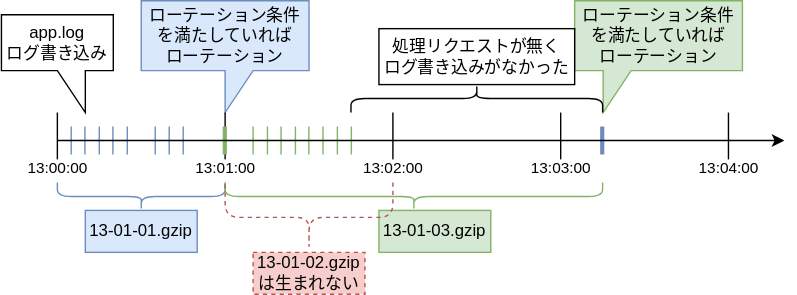
Before: logger/doc/specific_img/specific-rotation2.drawio.svg, a diagram exported from draw.io (Riliumph/cpp_util). Source tidied: cells renumbered, new cells last; positions are measured from the earlier drawing's top-left corner, leaving out a move shared by most shapes. Source of this version:
```xml
<mxGraphModel>
  <root>
    <mxCell id="0" />
    <mxCell id="1" parent="0" />
    <mxCell id="2" value="&lt;div&gt;ローテーション条件を満たしていれば&lt;/div&gt;&lt;div&gt;&lt;span style=&quot;background-color: transparent; color: light-dark(rgb(0, 0, 0), rgb(255, 255, 255));&quot;&gt;ローテーション&lt;/span&gt;&lt;/div&gt;" style="shape=callout;whiteSpace=wrap;html=1;perimeter=calloutPerimeter;direction=east;fillColor=#dae8fc;strokeColor=#6c8ebf;" parent="1" vertex="1">
      <mxGeometry x="100" width="120" height="80" as="geometry" />
    </mxCell>
    <mxCell id="3" value="13:00:00" style="endArrow=none;html=1;rounded=0;verticalAlign=middle;" parent="1" edge="1">
      <mxGeometry x="-1" relative="1" as="geometry">
        <mxPoint x="40" y="120" as="sourcePoint" />
        <mxPoint x="40" y="80" as="targetPoint" />
      </mxGeometry>
    </mxCell>
    <mxCell id="4" value="13:01:00" style="endArrow=none;html=1;rounded=0;verticalAlign=middle;" parent="1" edge="1">
      <mxGeometry x="-1" relative="1" as="geometry">
        <mxPoint x="160" y="120" as="sourcePoint" />
        <mxPoint x="160" y="80" as="targetPoint" />
      </mxGeometry>
    </mxCell>
    <mxCell id="5" value="13:02:00" style="endArrow=none;html=1;rounded=0;verticalAlign=middle;" parent="1" edge="1">
      <mxGeometry x="-1" relative="1" as="geometry">
        <mxPoint x="280" y="120" as="sourcePoint" />
        <mxPoint x="280" y="80" as="targetPoint" />
      </mxGeometry>
    </mxCell>
    <mxCell id="6" value="13:03:00" style="endArrow=none;html=1;rounded=0;verticalAlign=middle;" parent="1" edge="1">
      <mxGeometry x="-1" relative="1" as="geometry">
        <mxPoint x="400" y="120" as="sourcePoint" />
        <mxPoint x="400" y="80" as="targetPoint" />
      </mxGeometry>
    </mxCell>
    <mxCell id="7" style="endArrow=none;html=1;rounded=0;verticalAlign=middle;fillColor=#dae8fc;strokeColor=#6c8ebf;" parent="1" edge="1">
      <mxGeometry x="-1" relative="1" as="geometry">
        <mxPoint x="59.7" y="110" as="sourcePoint" />
        <mxPoint x="59.7" y="90" as="targetPoint" />
      </mxGeometry>
    </mxCell>
    <mxCell id="8" style="endArrow=none;html=1;rounded=0;verticalAlign=middle;fillColor=#dae8fc;strokeColor=#6c8ebf;" parent="1" edge="1">
      <mxGeometry x="-1" relative="1" as="geometry">
        <mxPoint x="70" y="110" as="sourcePoint" />
        <mxPoint x="70" y="90" as="targetPoint" />
      </mxGeometry>
    </mxCell>
    <mxCell id="9" style="endArrow=none;html=1;rounded=0;verticalAlign=middle;fillColor=#dae8fc;strokeColor=#6c8ebf;" parent="1" edge="1">
      <mxGeometry x="-1" relative="1" as="geometry">
        <mxPoint x="79.7" y="110" as="sourcePoint" />
        <mxPoint x="79.7" y="90" as="targetPoint" />
      </mxGeometry>
    </mxCell>
    <mxCell id="10" style="endArrow=none;html=1;rounded=0;verticalAlign=middle;fillColor=#dae8fc;strokeColor=#6c8ebf;" parent="1" edge="1">
      <mxGeometry x="-1" relative="1" as="geometry">
        <mxPoint x="90" y="110" as="sourcePoint" />
        <mxPoint x="90" y="90" as="targetPoint" />
      </mxGeometry>
    </mxCell>
    <mxCell id="11" style="endArrow=none;html=1;rounded=0;verticalAlign=middle;fillColor=#dae8fc;strokeColor=#6c8ebf;" parent="1" edge="1">
      <mxGeometry x="-1" relative="1" as="geometry">
        <mxPoint x="110" y="110" as="sourcePoint" />
        <mxPoint x="110" y="90" as="targetPoint" />
      </mxGeometry>
    </mxCell>
    <mxCell id="12" style="endArrow=none;html=1;rounded=0;verticalAlign=middle;fillColor=#dae8fc;strokeColor=#6c8ebf;" parent="1" edge="1">
      <mxGeometry x="-1" relative="1" as="geometry">
        <mxPoint x="120" y="110" as="sourcePoint" />
        <mxPoint x="120" y="90" as="targetPoint" />
      </mxGeometry>
    </mxCell>
    <mxCell id="13" style="endArrow=none;html=1;rounded=0;verticalAlign=middle;fillColor=#dae8fc;strokeColor=#6c8ebf;" parent="1" edge="1">
      <mxGeometry x="-1" relative="1" as="geometry">
        <mxPoint x="130" y="110" as="sourcePoint" />
        <mxPoint x="130" y="90" as="targetPoint" />
      </mxGeometry>
    </mxCell>
    <mxCell id="14" style="shape=curlyBracket;whiteSpace=wrap;html=1;rounded=1;flipH=1;labelPosition=right;verticalLabelPosition=middle;align=center;verticalAlign=middle;direction=north;size=0.5;fillColor=#dae8fc;strokeColor=#6c8ebf;" parent="1" vertex="1">
      <mxGeometry x="40" y="130" width="120" height="20" as="geometry" />
    </mxCell>
    <mxCell id="15" value="13-01-01.gzip" style="rounded=0;whiteSpace=wrap;html=1;fillColor=#dae8fc;strokeColor=#6c8ebf;" parent="1" vertex="1">
      <mxGeometry x="60" y="150" width="80" height="30" as="geometry" />
    </mxCell>
    <mxCell id="16" style="shape=curlyBracket;whiteSpace=wrap;html=1;rounded=1;flipH=1;labelPosition=right;verticalLabelPosition=middle;align=center;verticalAlign=middle;direction=north;size=0.5;fillColor=#d5e8d4;strokeColor=#82b366;" parent="1" vertex="1">
      <mxGeometry x="160" y="130" width="270" height="20" as="geometry" />
    </mxCell>
    <mxCell id="17" value="13-01-03.gzip" style="rounded=0;whiteSpace=wrap;html=1;fillColor=#d5e8d4;strokeColor=#82b366;" parent="1" vertex="1">
      <mxGeometry x="270" y="150" width="80" height="30" as="geometry" />
    </mxCell>
    <mxCell id="18" style="endArrow=none;html=1;rounded=0;verticalAlign=middle;fillColor=#d5e8d4;strokeColor=#82b366;" parent="1" edge="1">
      <mxGeometry x="-1" relative="1" as="geometry">
        <mxPoint x="180" y="110" as="sourcePoint" />
        <mxPoint x="180" y="90" as="targetPoint" />
      </mxGeometry>
    </mxCell>
    <mxCell id="19" style="endArrow=none;html=1;rounded=0;verticalAlign=middle;fillColor=#d5e8d4;strokeColor=#82b366;" parent="1" edge="1">
      <mxGeometry x="-1" relative="1" as="geometry">
        <mxPoint x="190.3" y="110" as="sourcePoint" />
        <mxPoint x="190.3" y="90" as="targetPoint" />
      </mxGeometry>
    </mxCell>
    <mxCell id="20" style="endArrow=none;html=1;rounded=0;verticalAlign=middle;fillColor=#d5e8d4;strokeColor=#82b366;" parent="1" edge="1">
      <mxGeometry x="-1" relative="1" as="geometry">
        <mxPoint x="200" y="110" as="sourcePoint" />
        <mxPoint x="200" y="90" as="targetPoint" />
      </mxGeometry>
    </mxCell>
    <mxCell id="21" style="endArrow=none;html=1;rounded=0;verticalAlign=middle;fillColor=#d5e8d4;strokeColor=#82b366;" parent="1" edge="1">
      <mxGeometry x="-1" relative="1" as="geometry">
        <mxPoint x="210.3" y="110" as="sourcePoint" />
        <mxPoint x="210.3" y="90" as="targetPoint" />
      </mxGeometry>
    </mxCell>
    <mxCell id="22" style="endArrow=none;html=1;rounded=0;verticalAlign=middle;fillColor=#d5e8d4;strokeColor=#82b366;" parent="1" edge="1">
      <mxGeometry x="-1" relative="1" as="geometry">
        <mxPoint x="219.9" y="110" as="sourcePoint" />
        <mxPoint x="219.9" y="90" as="targetPoint" />
      </mxGeometry>
    </mxCell>
    <mxCell id="23" style="endArrow=none;html=1;rounded=0;verticalAlign=middle;fillColor=#d5e8d4;strokeColor=#82b366;" parent="1" edge="1">
      <mxGeometry x="-1" relative="1" as="geometry">
        <mxPoint x="240.3" y="110" as="sourcePoint" />
        <mxPoint x="240.3" y="90" as="targetPoint" />
      </mxGeometry>
    </mxCell>
    <mxCell id="24" style="endArrow=none;html=1;rounded=0;verticalAlign=middle;fillColor=#d5e8d4;strokeColor=#82b366;" parent="1" edge="1">
      <mxGeometry x="-1" relative="1" as="geometry">
        <mxPoint x="250.3" y="110" as="sourcePoint" />
        <mxPoint x="250.3" y="90" as="targetPoint" />
      </mxGeometry>
    </mxCell>
    <mxCell id="25" style="endArrow=none;html=1;rounded=0;verticalAlign=middle;fillColor=#d5e8d4;strokeColor=#82b366;" parent="1" edge="1">
      <mxGeometry x="-1" relative="1" as="geometry">
        <mxPoint x="230" y="110" as="sourcePoint" />
        <mxPoint x="230" y="90" as="targetPoint" />
      </mxGeometry>
    </mxCell>
    <mxCell id="26" style="endArrow=none;html=1;rounded=0;verticalAlign=middle;fillColor=#d5e8d4;strokeColor=#82b366;strokeWidth=3;" parent="1" edge="1">
      <mxGeometry x="-1" relative="1" as="geometry">
        <mxPoint x="159.8" y="110" as="sourcePoint" />
        <mxPoint x="159.8" y="90" as="targetPoint" />
      </mxGeometry>
    </mxCell>
    <mxCell id="27" style="endArrow=none;html=1;rounded=0;verticalAlign=middle;fillColor=#dae8fc;strokeColor=#6c8ebf;" parent="1" edge="1">
      <mxGeometry x="-1" relative="1" as="geometry">
        <mxPoint x="49.9" y="110" as="sourcePoint" />
        <mxPoint x="49.9" y="90" as="targetPoint" />
      </mxGeometry>
    </mxCell>
    <mxCell id="28" style="endArrow=none;html=1;rounded=0;verticalAlign=middle;fillColor=#dae8fc;strokeColor=#6c8ebf;strokeWidth=3;" parent="1" edge="1">
      <mxGeometry x="-1" relative="1" as="geometry">
        <mxPoint x="429.7" y="110" as="sourcePoint" />
        <mxPoint x="429.7" y="90" as="targetPoint" />
      </mxGeometry>
    </mxCell>
    <mxCell id="29" value="&lt;div&gt;ローテーション条件を満たしていれば&lt;/div&gt;&lt;div&gt;&lt;span style=&quot;background-color: transparent; color: light-dark(rgb(0, 0, 0), rgb(255, 255, 255));&quot;&gt;ローテーション&lt;/span&gt;&lt;/div&gt;" style="shape=callout;whiteSpace=wrap;html=1;perimeter=calloutPerimeter;direction=east;fillColor=#d5e8d4;strokeColor=#82b366;size=30;position=0.17;position2=0.17;" parent="1" vertex="1">
      <mxGeometry x="410" width="120" height="80" as="geometry" />
    </mxCell>
    <mxCell id="30" style="shape=curlyBracket;whiteSpace=wrap;html=1;rounded=1;flipH=1;labelPosition=right;verticalLabelPosition=middle;align=center;verticalAlign=middle;direction=south;size=0.5;" parent="1" vertex="1">
      <mxGeometry x="250" y="60" width="180" height="20" as="geometry" />
    </mxCell>
    <mxCell id="31" value="処理リクエストが無く&lt;div&gt;ログ書き込みがなかった&lt;/div&gt;" style="rounded=0;whiteSpace=wrap;html=1;" parent="1" vertex="1">
      <mxGeometry x="270" y="20" width="140" height="40" as="geometry" />
    </mxCell>
    <mxCell id="32" value="13-01-02.gzip&lt;div&gt;は生まれない&lt;/div&gt;" style="rounded=0;whiteSpace=wrap;html=1;fillColor=#f8cecc;strokeColor=#b85450;dashed=1;" parent="1" vertex="1">
      <mxGeometry x="180" y="180" width="80" height="30" as="geometry" />
    </mxCell>
    <mxCell id="33" style="shape=curlyBracket;whiteSpace=wrap;html=1;rounded=1;flipH=1;labelPosition=right;verticalLabelPosition=middle;align=center;verticalAlign=middle;direction=north;size=0.5;fillColor=#f8cecc;strokeColor=#b85450;dashed=1;" parent="1" vertex="1">
      <mxGeometry x="160" y="130" width="120" height="50" as="geometry" />
    </mxCell>
    <mxCell id="34" style="endArrow=classic;html=1;rounded=0;strokeWidth=1;" parent="1" edge="1">
      <mxGeometry relative="1" as="geometry">
        <mxPoint x="40" y="100" as="sourcePoint" />
        <mxPoint x="560" y="100" as="targetPoint" />
      </mxGeometry>
    </mxCell>
    <mxCell id="35" value="13:04:00" style="endArrow=none;html=1;rounded=0;verticalAlign=middle;" parent="1" edge="1">
      <mxGeometry x="-1" relative="1" as="geometry">
        <mxPoint x="520" y="120" as="sourcePoint" />
        <mxPoint x="520" y="80" as="targetPoint" />
      </mxGeometry>
    </mxCell>
    <mxCell id="36" value="&lt;div&gt;app.log&lt;/div&gt;ログ書き込み" style="shape=callout;whiteSpace=wrap;html=1;perimeter=calloutPerimeter;direction=east;base=20;position2=0.75;" parent="1" vertex="1">
      <mxGeometry y="10" width="80" height="70" as="geometry" />
    </mxCell>
  </root>
</mxGraphModel>
```
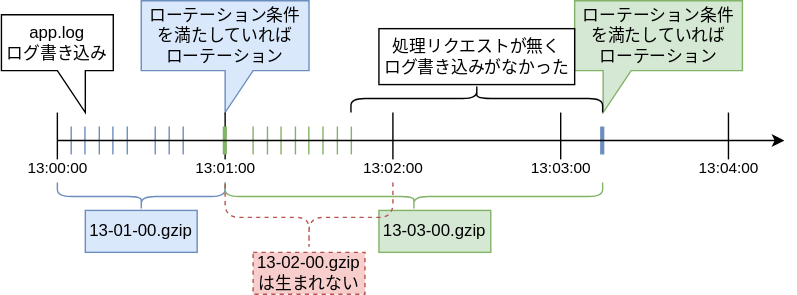
After the commit.

Diff of the diagram source:
```diff
@@ -74,13 +74,13 @@
     <mxCell id="14" style="shape=curlyBracket;whiteSpace=wrap;html=1;rounded=1;flipH=1;labelPosition=right;verticalLabelPosition=middle;align=center;verticalAlign=middle;direction=north;size=0.5;fillColor=#dae8fc;strokeColor=#6c8ebf;" parent="1" vertex="1">
       <mxGeometry x="40" y="130" width="120" height="20" as="geometry" />
     </mxCell>
-    <mxCell id="15" value="13-01-01.gzip" style="rounded=0;whiteSpace=wrap;html=1;fillColor=#dae8fc;strokeColor=#6c8ebf;" parent="1" vertex="1">
+    <mxCell id="15" value="13-01-00.gzip" style="rounded=0;whiteSpace=wrap;html=1;fillColor=#dae8fc;strokeColor=#6c8ebf;" parent="1" vertex="1">
       <mxGeometry x="60" y="150" width="80" height="30" as="geometry" />
     </mxCell>
     <mxCell id="16" style="shape=curlyBracket;whiteSpace=wrap;html=1;rounded=1;flipH=1;labelPosition=right;verticalLabelPosition=middle;align=center;verticalAlign=middle;direction=north;size=0.5;fillColor=#d5e8d4;strokeColor=#82b366;" parent="1" vertex="1">
       <mxGeometry x="160" y="130" width="270" height="20" as="geometry" />
     </mxCell>
-    <mxCell id="17" value="13-01-03.gzip" style="rounded=0;whiteSpace=wrap;html=1;fillColor=#d5e8d4;strokeColor=#82b366;" parent="1" vertex="1">
+    <mxCell id="17" value="13-03-00.gzip" style="rounded=0;whiteSpace=wrap;html=1;fillColor=#d5e8d4;strokeColor=#82b366;" parent="1" vertex="1">
       <mxGeometry x="270" y="150" width="80" height="30" as="geometry" />
     </mxCell>
     <mxCell id="18" style="endArrow=none;html=1;rounded=0;verticalAlign=middle;fillColor=#d5e8d4;strokeColor=#82b366;" parent="1" edge="1">
@@ -158,7 +158,7 @@
     <mxCell id="31" value="処理リクエストが無く&lt;div&gt;ログ書き込みがなかった&lt;/div&gt;" style="rounded=0;whiteSpace=wrap;html=1;" parent="1" vertex="1">
       <mxGeometry x="270" y="20" width="140" height="40" as="geometry" />
     </mxCell>
-    <mxCell id="32" value="13-01-02.gzip&lt;div&gt;は生まれない&lt;/div&gt;" style="rounded=0;whiteSpace=wrap;html=1;fillColor=#f8cecc;strokeColor=#b85450;dashed=1;" parent="1" vertex="1">
+    <mxCell id="32" value="13-02-00.gzip&lt;div&gt;は生まれない&lt;/div&gt;" style="rounded=0;whiteSpace=wrap;html=1;fillColor=#f8cecc;strokeColor=#b85450;dashed=1;" parent="1" vertex="1">
       <mxGeometry x="180" y="180" width="80" height="30" as="geometry" />
     </mxCell>
     <mxCell id="33" style="shape=curlyBracket;whiteSpace=wrap;html=1;rounded=1;flipH=1;labelPosition=right;verticalLabelPosition=middle;align=center;verticalAlign=middle;direction=north;size=0.5;fillColor=#f8cecc;strokeColor=#b85450;dashed=1;" parent="1" vertex="1">
```
